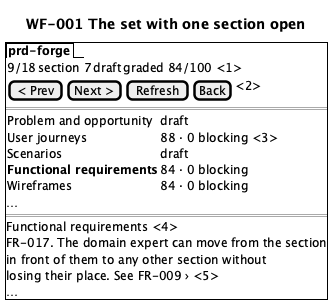
SpillwaveSolutions/prd-forge keeps this PlantUML diagram as docs/prd/prd-forge/diagrams/WF-001.png. Above is the earlier version.
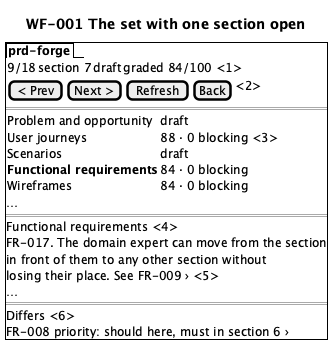
Above is the later version.

The edit, as a diff of the source:
```diff
@@ -21,5 +21,8 @@
   in front of them to any other section without
   losing their place. See FR-009 › <5>
   …
+  ==
+  Differs <6>
+  FR-008 priority: should here, must in section 6 ›
 }
 @endsalt
```
